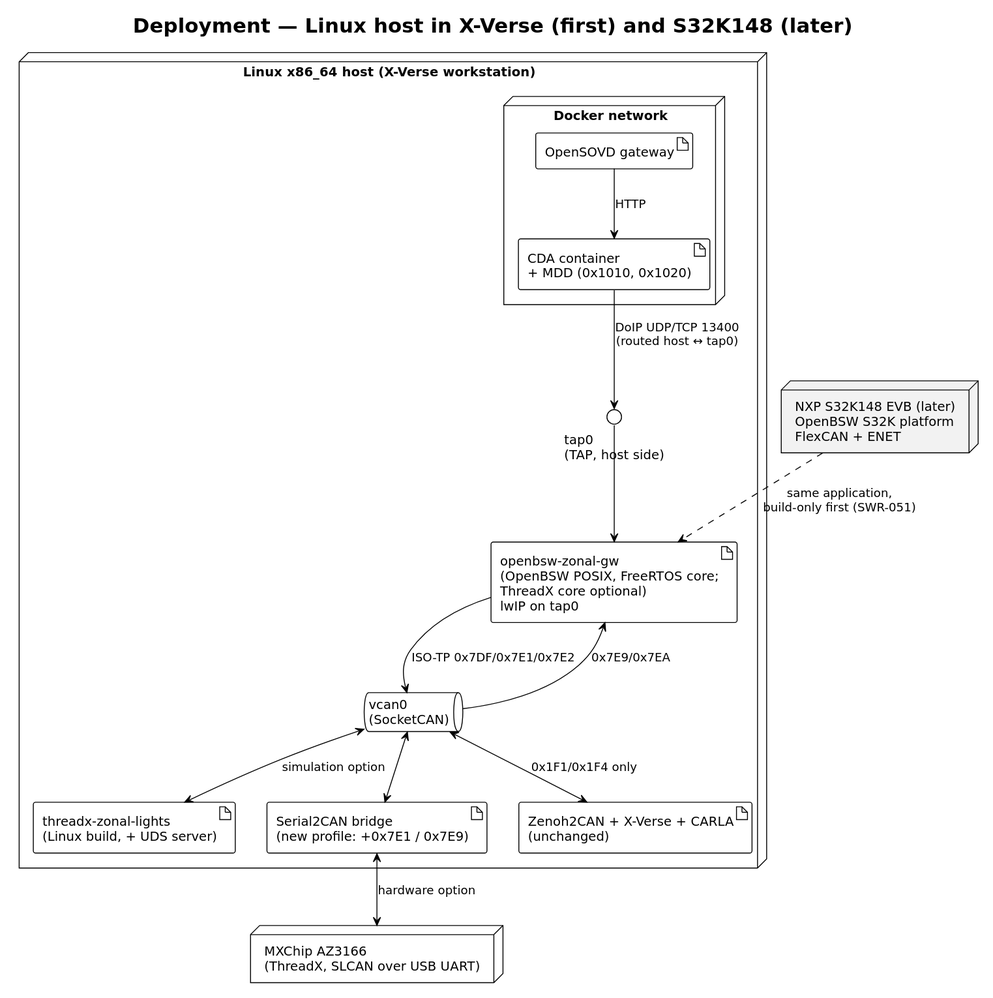
The PlantUML diagram OpenBSW/aspice/report/diagrams/deployment.svg in Eclipse-SDV-Hackathon-Chapter-Four/Thinking_CAPs, before a commit.
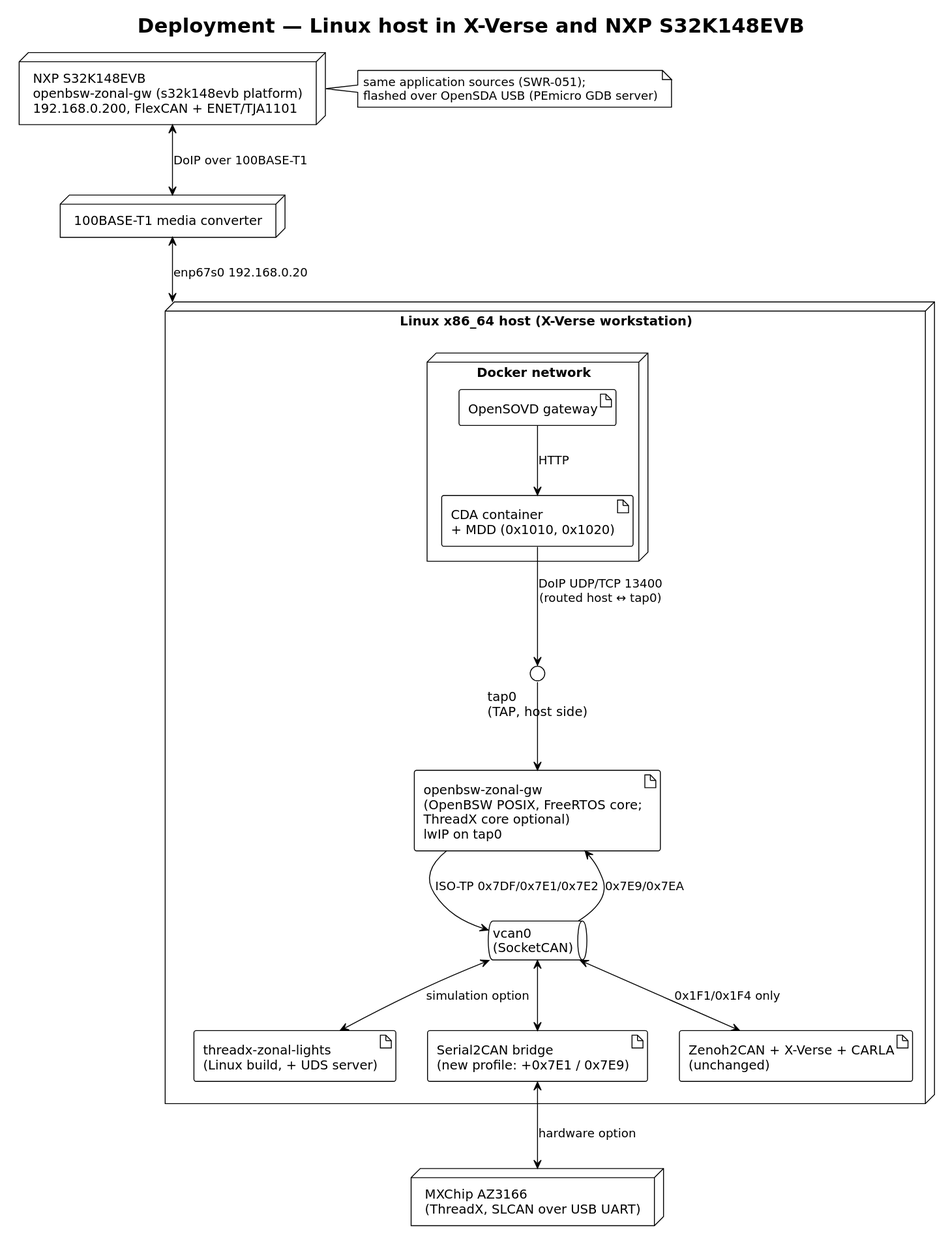
The same diagram one commit later.

The edit, as a diff of the source:
```diff
@@ -2,7 +2,7 @@
 !theme plain
 skinparam defaultFontName "DejaVu Sans"
 skinparam shadowing false
-title Deployment — Linux host in X-Verse (first) and S32K148 (later)
+title Deployment — Linux host in X-Verse and NXP S32K148EVB
 
 node "Linux x86_64 host (X-Verse workstation)" as H {
   node "Docker network" as DN {
@@ -18,7 +18,7 @@
 }
 
 node "MXChip AZ3166\n(ThreadX, SLCAN over USB UART)" as AZ
-node "NXP S32K148 EVB (later)\nOpenBSW S32K platform\nFlexCAN + ENET" as S32 #F2F2F2
+node "NXP S32K148EVB\nopenbsw-zonal-gw (s32k148evb platform)\n192.168.0.200, FlexCAN + ENET/TJA1101" as S32
 
 SOVD --> CDA : HTTP
 CDA --> TAP : DoIP UDP/TCP 13400\n(routed host ↔ tap0)
@@ -29,5 +29,8 @@
 VCAN <--> S2C
 S2C <--> AZ : hardware option
 VCAN <--> XV : 0x1F1/0x1F4 only
-S32 ..> GW : same application,\nbuild-only first (SWR-051)
+node "100BASE-T1 media converter" as MC
+S32 <--> MC : DoIP over 100BASE-T1
+MC <--> H : enp67s0 192.168.0.20
+note right of S32 : same application sources (SWR-051);\nflashed over OpenSDA USB (PEmicro GDB server)
 @enduml
```
